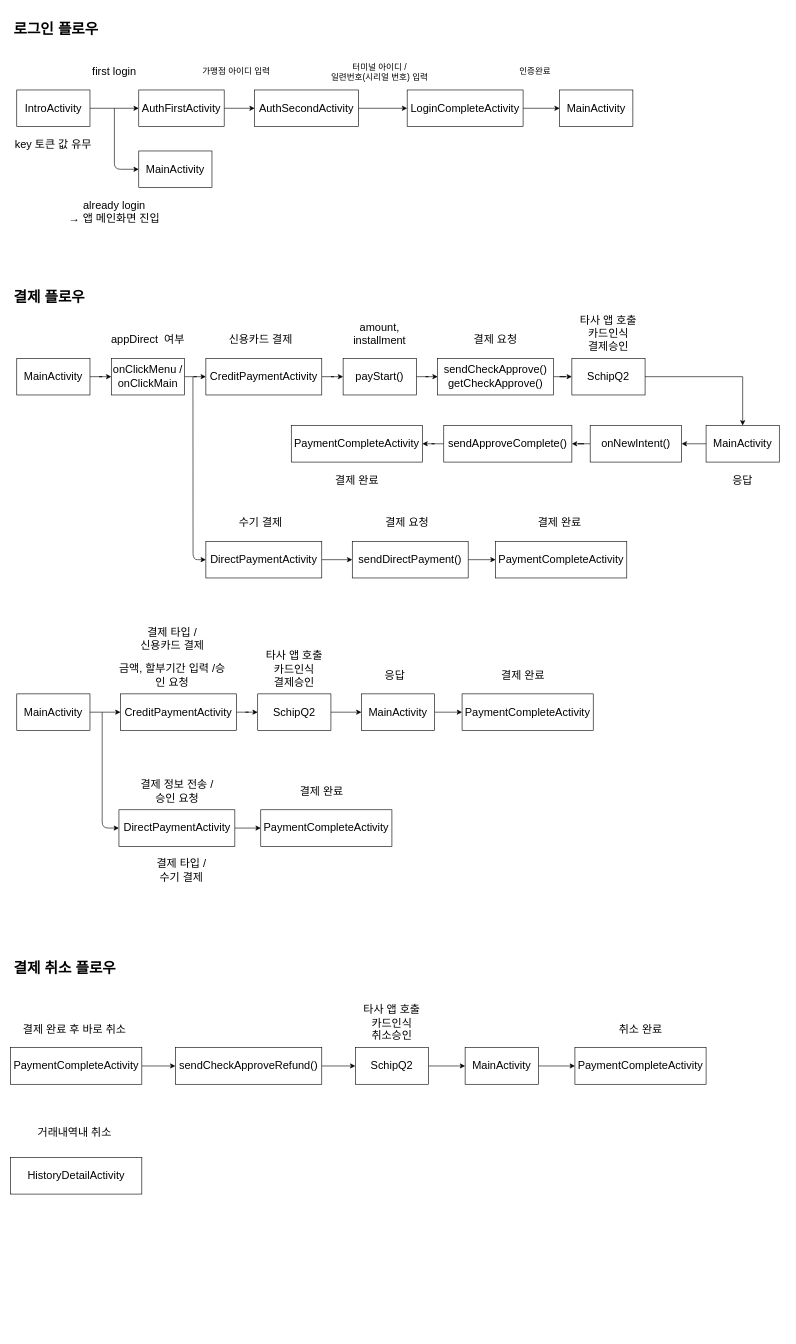
Earlier version of the draw.io diagram Draw/flow20201124.drawio (alsoscope/TIL). Source tidied: cells renumbered, new cells numbered last; positions are measured from the earlier drawing's top-left corner, leaving out a move shared by most shapes. Both pictures are drawn from the tidied source at 61%, with x=0, y=0 at pixel (10, 16).
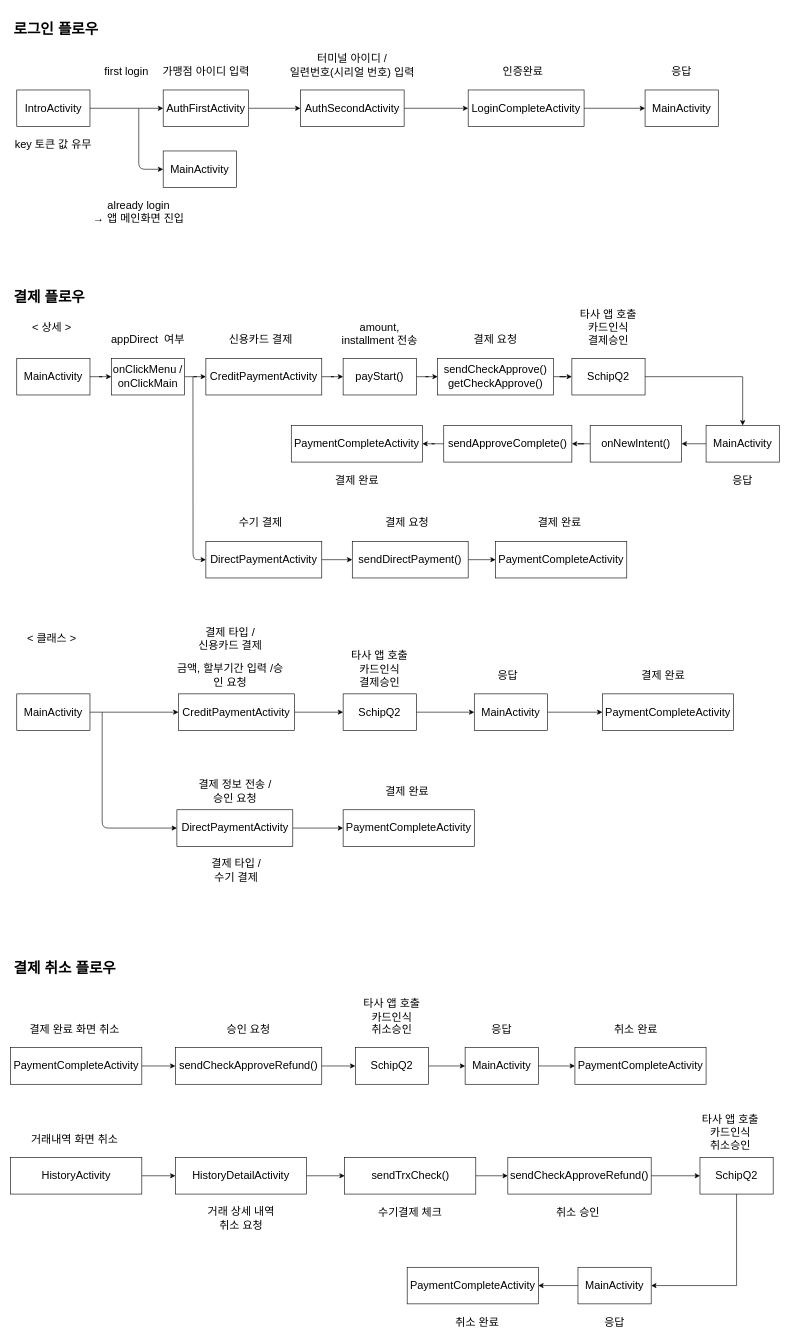
The same page after the edit.

What changed in the source:
```diff
@@
     <mxCell id="5" value="&lt;font style=&quot;font-size: 18px&quot;&gt;AuthFirstActivity&lt;/font&gt;" style="rounded=0;whiteSpace=wrap;html=1;" parent="1" vertex="1">
-      <mxGeometry x="210" y="120" width="140" height="60" as="geometry" />
+      <mxGeometry x="250" y="120" width="140" height="60" as="geometry" />
     </mxCell>
     <mxCell id="6" value="&lt;font style=&quot;font-size: 18px&quot;&gt;MainActivity&lt;/font&gt;" style="rounded=0;whiteSpace=wrap;html=1;" parent="1" vertex="1">
-      <mxGeometry x="210" y="220" width="120" height="60" as="geometry" />
+      <mxGeometry x="250" y="220" width="120" height="60" as="geometry" />
     </mxCell>
@@
     <mxCell id="9" value="&lt;span style=&quot;font-size: 18px&quot;&gt;first login&lt;/span&gt;" style="text;html=1;strokeColor=none;fillColor=none;align=center;verticalAlign=middle;whiteSpace=wrap;rounded=0;" parent="1" vertex="1">
-      <mxGeometry x="100" y="70" width="140" height="40" as="geometry" />
+      <mxGeometry x="120" y="70" width="140" height="40" as="geometry" />
     </mxCell>
     <mxCell id="10" style="endArrow=classic;html=1;entryX=0;entryY=0.5;entryDx=0;entryDy=0;" parent="1" edge="1" target="6">
       <mxGeometry relative="1" as="geometry">
-        <mxPoint x="170" y="150" as="sourcePoint" />
+        <mxPoint x="210" y="150" as="sourcePoint" />
         <Array as="points">
-          <mxPoint x="170" y="250" />
+          <mxPoint x="210" y="250" />
         </Array>
       </mxGeometry>
     </mxCell>
     <mxCell id="11" value="&lt;span style=&quot;font-size: 18px&quot;&gt;already login&lt;br&gt;→ 앱 메인화면 진입&lt;br&gt;&lt;/span&gt;" style="text;html=1;strokeColor=none;fillColor=none;align=center;verticalAlign=middle;whiteSpace=wrap;rounded=0;" parent="1" vertex="1">
-      <mxGeometry x="80" y="300" width="180" height="40" as="geometry" />
+      <mxGeometry x="120" y="300" width="180" height="40" as="geometry" />
     </mxCell>
@@
     <mxCell id="13" value="&lt;font style=&quot;font-size: 18px&quot;&gt;AuthSecondActivity&lt;/font&gt;" style="rounded=0;whiteSpace=wrap;html=1;" parent="1" vertex="1">
-      <mxGeometry x="400" y="120" width="170" height="60" as="geometry" />
+      <mxGeometry x="475" y="120" width="170" height="60" as="geometry" />
     </mxCell>
-    <mxCell id="14" value="&lt;font style=&quot;font-size: 14px&quot;&gt;가맹점 아이디 입력&lt;/font&gt;" style="text;html=1;strokeColor=none;fillColor=none;align=center;verticalAlign=middle;whiteSpace=wrap;rounded=0;" parent="1" vertex="1">
-      <mxGeometry x="300" y="70" width="140" height="40" as="geometry" />
+    <mxCell id="14" value="&lt;font style=&quot;font-size: 18px&quot;&gt;가맹점 아이디 입력&lt;/font&gt;" style="text;html=1;strokeColor=none;fillColor=none;align=center;verticalAlign=middle;whiteSpace=wrap;rounded=0;" parent="1" vertex="1">
+      <mxGeometry x="238.8" y="70" width="162.5" height="40" as="geometry" />
     </mxCell>
-    <mxCell id="15" value="&lt;font style=&quot;font-size: 14px&quot;&gt;터미널 아이디 / &lt;br&gt;일련번호(시리얼 번호) 입력&lt;/font&gt;" style="text;html=1;strokeColor=none;fillColor=none;align=center;verticalAlign=middle;whiteSpace=wrap;rounded=0;" parent="1" vertex="1">
-      <mxGeometry x="510" y="70" width="190" height="40" as="geometry" />
+    <mxCell id="15" value="&lt;font style=&quot;font-size: 18px&quot;&gt;터미널 아이디 / &lt;br&gt;일련번호(시리얼 번호) 입력&lt;/font&gt;" style="text;html=1;strokeColor=none;fillColor=none;align=center;verticalAlign=middle;whiteSpace=wrap;rounded=0;" parent="1" vertex="1">
+      <mxGeometry x="445" y="60" width="230" height="40" as="geometry" />
     </mxCell>
@@
     <mxCell id="17" value="&lt;font style=&quot;font-size: 18px&quot;&gt;LoginCompleteActivity&lt;/font&gt;" style="rounded=0;whiteSpace=wrap;html=1;" parent="1" vertex="1">
-      <mxGeometry x="650" y="120" width="190" height="60" as="geometry" />
+      <mxGeometry x="750" y="120" width="190" height="60" as="geometry" />
     </mxCell>
-    <mxCell id="18" value="&lt;font style=&quot;font-size: 14px&quot;&gt;인증완료&lt;/font&gt;" style="text;html=1;strokeColor=none;fillColor=none;align=center;verticalAlign=middle;whiteSpace=wrap;rounded=0;" parent="1" vertex="1">
-      <mxGeometry x="790" y="70" width="140" height="40" as="geometry" />
+    <mxCell id="18" value="&lt;font style=&quot;font-size: 18px&quot;&gt;인증완료&lt;/font&gt;" style="text;html=1;strokeColor=none;fillColor=none;align=center;verticalAlign=middle;whiteSpace=wrap;rounded=0;" parent="1" vertex="1">
+      <mxGeometry x="770" y="70" width="140" height="40" as="geometry" />
     </mxCell>
     <mxCell id="19" value="&lt;font style=&quot;font-size: 18px&quot;&gt;MainActivity&lt;/font&gt;" style="rounded=0;whiteSpace=wrap;html=1;" parent="1" vertex="1">
-      <mxGeometry x="900" y="120" width="120" height="60" as="geometry" />
+      <mxGeometry x="1040" y="120" width="120" height="60" as="geometry" />
     </mxCell>
@@
-    <mxCell id="34" value="&lt;span style=&quot;font-size: 18px&quot;&gt;amount, installment&lt;/span&gt;" style="text;html=1;strokeColor=none;fillColor=none;align=center;verticalAlign=middle;whiteSpace=wrap;rounded=0;" parent="1" vertex="1">
+    <mxCell id="34" value="&lt;span style=&quot;font-size: 18px&quot;&gt;amount, installment 전송&lt;/span&gt;" style="text;html=1;strokeColor=none;fillColor=none;align=center;verticalAlign=middle;whiteSpace=wrap;rounded=0;" parent="1" vertex="1">
       <mxGeometry x="535" y="500" width="140" height="40" as="geometry" />
     </mxCell>
@@
     <mxCell id="43" value="&lt;span style=&quot;font-size: 18px&quot;&gt;타사 앱 호출&lt;br&gt;&lt;/span&gt;&lt;span style=&quot;font-size: 18px&quot;&gt;카드인식&lt;/span&gt;&lt;span style=&quot;font-size: 18px&quot;&gt;&lt;br&gt;결제승인&lt;br&gt;&lt;/span&gt;" style="text;html=1;strokeColor=none;fillColor=none;align=center;verticalAlign=middle;whiteSpace=wrap;rounded=0;" parent="1" vertex="1">
-      <mxGeometry x="910" y="500" width="140" height="40" as="geometry" />
+      <mxGeometry x="910" y="490" width="140" height="40" as="geometry" />
     </mxCell>
@@
     <mxCell id="53" value="&lt;span style=&quot;font-size: 18px&quot;&gt;타사 앱 호출&lt;br&gt;카드인식&lt;br&gt;취소승인&lt;br&gt;&lt;/span&gt;" style="text;html=1;strokeColor=none;fillColor=none;align=center;verticalAlign=middle;whiteSpace=wrap;rounded=0;" parent="1" vertex="1">
-      <mxGeometry x="555" y="1630" width="140" height="40" as="geometry" />
+      <mxGeometry x="555" y="1620" width="140" height="40" as="geometry" />
     </mxCell>
@@
     <mxCell id="60" value="&lt;font style=&quot;font-size: 18px&quot;&gt;CreditPaymentActivity&lt;br&gt;&lt;/font&gt;" style="rounded=0;whiteSpace=wrap;html=1;" parent="1" vertex="1">
-      <mxGeometry x="180" y="1110" width="190" height="60" as="geometry" />
+      <mxGeometry x="275" y="1110" width="190" height="60" as="geometry" />
     </mxCell>
     <mxCell id="61" value="&lt;span style=&quot;font-size: 18px&quot;&gt;금액, 할부기간 입력 /승인 요청&lt;/span&gt;" style="text;html=1;strokeColor=none;fillColor=none;align=center;verticalAlign=middle;whiteSpace=wrap;rounded=0;" parent="1" vertex="1">
-      <mxGeometry x="175" y="1060" width="180" height="40" as="geometry" />
+      <mxGeometry x="270" y="1060" width="180" height="40" as="geometry" />
     </mxCell>
@@
     <mxCell id="63" value="&lt;font style=&quot;font-size: 18px&quot;&gt;SchipQ2&lt;/font&gt;" style="rounded=0;whiteSpace=wrap;html=1;" parent="1" vertex="1">
-      <mxGeometry x="405" y="1110" width="120" height="60" as="geometry" />
+      <mxGeometry x="545" y="1110" width="120" height="60" as="geometry" />
     </mxCell>
@@
     <mxCell id="65" value="&lt;font style=&quot;font-size: 18px&quot;&gt;MainActivity&lt;/font&gt;" style="rounded=0;whiteSpace=wrap;html=1;" parent="1" vertex="1">
-      <mxGeometry x="575" y="1110" width="120" height="60" as="geometry" />
+      <mxGeometry x="760" y="1110" width="120" height="60" as="geometry" />
     </mxCell>
     <mxCell id="66" value="&lt;span style=&quot;font-size: 18px&quot;&gt;응답&lt;/span&gt;" style="text;html=1;strokeColor=none;fillColor=none;align=center;verticalAlign=middle;whiteSpace=wrap;rounded=0;" parent="1" vertex="1">
-      <mxGeometry x="560" y="1060" width="140" height="40" as="geometry" />
+      <mxGeometry x="745" y="1060" width="140" height="40" as="geometry" />
     </mxCell>
     <mxCell id="67" value="&lt;font style=&quot;font-size: 18px&quot;&gt;PaymentCompleteActivity&lt;br&gt;&lt;/font&gt;" style="rounded=0;whiteSpace=wrap;html=1;" parent="1" vertex="1">
-      <mxGeometry x="740" y="1110" width="215" height="60" as="geometry" />
+      <mxGeometry x="970" y="1110" width="215" height="60" as="geometry" />
     </mxCell>
     <mxCell id="68" value="&lt;span style=&quot;font-size: 18px&quot;&gt;결제 완료&lt;/span&gt;" style="text;html=1;strokeColor=none;fillColor=none;align=center;verticalAlign=middle;whiteSpace=wrap;rounded=0;" parent="1" vertex="1">
-      <mxGeometry x="770" y="1060" width="140" height="40" as="geometry" />
+      <mxGeometry x="1000" y="1060" width="140" height="40" as="geometry" />
     </mxCell>
     <mxCell id="69" value="&lt;span style=&quot;font-size: 18px&quot;&gt;결제 타입 / &lt;br&gt;신용카드 결제&lt;/span&gt;" style="text;html=1;strokeColor=none;fillColor=none;align=center;verticalAlign=middle;whiteSpace=wrap;rounded=0;" parent="1" vertex="1">
-      <mxGeometry x="195" y="1000" width="140" height="40" as="geometry" />
+      <mxGeometry x="290" y="1000" width="140" height="40" as="geometry" />
     </mxCell>
@@
     <mxCell id="72" value="&lt;font style=&quot;font-size: 18px&quot;&gt;DirectPaymentActivity&lt;br&gt;&lt;/font&gt;" style="rounded=0;whiteSpace=wrap;html=1;" parent="1" vertex="1">
-      <mxGeometry x="177.5" y="1300" width="190" height="60" as="geometry" />
+      <mxGeometry x="272.5" y="1300" width="190" height="60" as="geometry" />
     </mxCell>
     <mxCell id="73" value="&lt;span style=&quot;font-size: 18px&quot;&gt;결제 타입 / &lt;br&gt;수기 결제&lt;/span&gt;" style="text;html=1;strokeColor=none;fillColor=none;align=center;verticalAlign=middle;whiteSpace=wrap;rounded=0;" parent="1" vertex="1">
-      <mxGeometry x="210" y="1380" width="140" height="40" as="geometry" />
+      <mxGeometry x="300" y="1380" width="140" height="40" as="geometry" />
     </mxCell>
     <mxCell id="74" value="&lt;span style=&quot;font-size: 18px&quot;&gt;결제 정보 전송 /&lt;br&gt;승인 요청&lt;br&gt;&lt;/span&gt;" style="text;html=1;strokeColor=none;fillColor=none;align=center;verticalAlign=middle;whiteSpace=wrap;rounded=0;" parent="1" vertex="1">
-      <mxGeometry x="182.5" y="1250" width="180" height="40" as="geometry" />
+      <mxGeometry x="277.5" y="1250" width="180" height="40" as="geometry" />
     </mxCell>
@@
     <mxCell id="77" value="&lt;font style=&quot;font-size: 18px&quot;&gt;PaymentCompleteActivity&lt;br&gt;&lt;/font&gt;" style="rounded=0;whiteSpace=wrap;html=1;" parent="1" vertex="1">
-      <mxGeometry x="410" y="1300" width="215" height="60" as="geometry" />
+      <mxGeometry x="545" y="1300" width="215" height="60" as="geometry" />
     </mxCell>
     <mxCell id="78" value="&lt;span style=&quot;font-size: 18px&quot;&gt;결제 완료&lt;/span&gt;" style="text;html=1;strokeColor=none;fillColor=none;align=center;verticalAlign=middle;whiteSpace=wrap;rounded=0;" parent="1" vertex="1">
-      <mxGeometry x="440" y="1250" width="140" height="40" as="geometry" />
+      <mxGeometry x="580" y="1250" width="140" height="40" as="geometry" />
     </mxCell>
@@
+    <mxCell id="93" style="edgeStyle=orthogonalEdgeStyle;rounded=0;jettySize=auto;html=1;" parent="1" edge="1" source="82" target="100">
+      <mxGeometry relative="1" as="geometry" />
+    </mxCell>
-    <mxCell id="82" value="&lt;font style=&quot;font-size: 18px&quot;&gt;HistoryDetailActivity&lt;br&gt;&lt;/font&gt;" style="rounded=0;whiteSpace=wrap;html=1;" parent="1" vertex="1">
+    <mxCell id="82" value="&lt;font style=&quot;font-size: 18px&quot;&gt;HistoryActivity&lt;br&gt;&lt;/font&gt;" style="rounded=0;whiteSpace=wrap;html=1;" parent="1" vertex="1">
       <mxGeometry y="1870" width="215" height="60" as="geometry" />
     </mxCell>
-    <mxCell id="83" value="&lt;span style=&quot;font-size: 18px&quot;&gt;결제 완료 후 바로 취소&lt;/span&gt;" style="text;html=1;strokeColor=none;fillColor=none;align=center;verticalAlign=middle;whiteSpace=wrap;rounded=0;" parent="1" vertex="1">
+    <mxCell id="83" value="&lt;span style=&quot;font-size: 18px&quot;&gt;결제 완료 화면 취소&lt;/span&gt;" style="text;html=1;strokeColor=none;fillColor=none;align=center;verticalAlign=middle;whiteSpace=wrap;rounded=0;" parent="1" vertex="1">
       <mxGeometry x="10" y="1640" width="190" height="40" as="geometry" />
     </mxCell>
-    <mxCell id="84" value="&lt;span style=&quot;font-size: 18px&quot;&gt;거래내역내 취소&lt;/span&gt;" style="text;html=1;strokeColor=none;fillColor=none;align=center;verticalAlign=middle;whiteSpace=wrap;rounded=0;" parent="1" vertex="1">
-      <mxGeometry x="10" y="1810" width="190" height="40" as="geometry" />
+    <mxCell id="84" value="&lt;span style=&quot;font-size: 18px&quot;&gt;거래내역 화면 취소&lt;/span&gt;" style="text;html=1;strokeColor=none;fillColor=none;align=center;verticalAlign=middle;whiteSpace=wrap;rounded=0;" parent="1" vertex="1">
+      <mxGeometry x="10" y="1820" width="190" height="40" as="geometry" />
     </mxCell>
@@
     <mxCell id="89" value="&lt;span style=&quot;font-size: 18px&quot;&gt;취소 완료&lt;/span&gt;" style="text;html=1;strokeColor=none;fillColor=none;align=center;verticalAlign=middle;whiteSpace=wrap;rounded=0;" parent="1" vertex="1">
-      <mxGeometry x="962.5" y="1640" width="140" height="40" as="geometry" />
+      <mxGeometry x="955" y="1640" width="140" height="40" as="geometry" />
     </mxCell>
@@
     <mxCell id="92" value="&lt;span style=&quot;font-size: 18px&quot;&gt;타사 앱 호출&lt;br&gt;&lt;/span&gt;&lt;span style=&quot;font-size: 18px&quot;&gt;카드인식&lt;/span&gt;&lt;span style=&quot;font-size: 18px&quot;&gt;&lt;br&gt;결제승인&lt;br&gt;&lt;/span&gt;" style="text;html=1;strokeColor=none;fillColor=none;align=center;verticalAlign=middle;whiteSpace=wrap;rounded=0;" parent="1" vertex="1">
-      <mxGeometry x="395" y="1050" width="140" height="40" as="geometry" />
+      <mxGeometry x="535" y="1050" width="140" height="40" as="geometry" />
     </mxCell>
+    <mxCell id="94" value="&lt;span style=&quot;font-size: 18px&quot;&gt;&amp;lt; 상세 &amp;gt;&amp;nbsp;&lt;/span&gt;" style="text;html=1;strokeColor=none;fillColor=none;align=center;verticalAlign=middle;whiteSpace=wrap;rounded=0;" parent="1" vertex="1">
+      <mxGeometry y="490" width="140" height="40" as="geometry" />
+    </mxCell>
+    <mxCell id="95" value="&lt;span style=&quot;font-size: 18px&quot;&gt;&amp;lt; 클래스 &amp;gt;&amp;nbsp;&lt;/span&gt;" style="text;html=1;strokeColor=none;fillColor=none;align=center;verticalAlign=middle;whiteSpace=wrap;rounded=0;" parent="1" vertex="1">
+      <mxGeometry y="1000" width="140" height="40" as="geometry" />
+    </mxCell>
+    <mxCell id="96" value="&lt;span style=&quot;font-size: 18px&quot;&gt;승인 요청&lt;/span&gt;" style="text;html=1;strokeColor=none;fillColor=none;align=center;verticalAlign=middle;whiteSpace=wrap;rounded=0;" parent="1" vertex="1">
+      <mxGeometry x="320" y="1640" width="140" height="40" as="geometry" />
+    </mxCell>
+    <mxCell id="97" value="&lt;span style=&quot;font-size: 18px&quot;&gt;응답&lt;/span&gt;" style="text;html=1;strokeColor=none;fillColor=none;align=center;verticalAlign=middle;whiteSpace=wrap;rounded=0;" parent="1" vertex="1">
+      <mxGeometry x="735" y="1640" width="140" height="40" as="geometry" />
+    </mxCell>
+    <mxCell id="98" value="&lt;span style=&quot;font-size: 18px&quot;&gt;응답&lt;/span&gt;" style="text;html=1;strokeColor=none;fillColor=none;align=center;verticalAlign=middle;whiteSpace=wrap;rounded=0;" parent="1" vertex="1">
+      <mxGeometry x="1030" y="70" width="140" height="40" as="geometry" />
+    </mxCell>
+    <mxCell id="99" style="edgeStyle=orthogonalEdgeStyle;rounded=0;jettySize=auto;html=1;" parent="1" edge="1" source="100" target="102">
+      <mxGeometry relative="1" as="geometry" />
+    </mxCell>
+    <mxCell id="100" value="&lt;font style=&quot;font-size: 18px&quot;&gt;HistoryDetailActivity&lt;br&gt;&lt;/font&gt;" style="rounded=0;whiteSpace=wrap;html=1;" parent="1" vertex="1">
+      <mxGeometry x="270" y="1870" width="215" height="60" as="geometry" />
+    </mxCell>
+    <mxCell id="101" style="edgeStyle=orthogonalEdgeStyle;rounded=0;jettySize=auto;html=1;" parent="1" edge="1" source="102" target="106">
+      <mxGeometry relative="1" as="geometry" />
+    </mxCell>
+    <mxCell id="102" value="&lt;font style=&quot;font-size: 18px&quot;&gt;sendTrxCheck()&lt;br&gt;&lt;/font&gt;" style="rounded=0;whiteSpace=wrap;html=1;" parent="1" vertex="1">
+      <mxGeometry x="547.5" y="1870" width="215" height="60" as="geometry" />
+    </mxCell>
+    <mxCell id="103" value="&lt;span style=&quot;font-size: 18px&quot;&gt;수기결제 체크&lt;/span&gt;" style="text;html=1;strokeColor=none;fillColor=none;align=center;verticalAlign=middle;whiteSpace=wrap;rounded=0;" parent="1" vertex="1">
+      <mxGeometry x="585" y="1940" width="140" height="40" as="geometry" />
+    </mxCell>
+    <mxCell id="104" value="&lt;span style=&quot;font-size: 18px&quot;&gt;거래 상세 내역&lt;br&gt;취소 요청&lt;br&gt;&lt;/span&gt;" style="text;html=1;strokeColor=none;fillColor=none;align=center;verticalAlign=middle;whiteSpace=wrap;rounded=0;" parent="1" vertex="1">
+      <mxGeometry x="282.5" y="1950" width="190" height="40" as="geometry" />
+    </mxCell>
+    <mxCell id="105" style="edgeStyle=orthogonalEdgeStyle;rounded=0;jettySize=auto;html=1;" parent="1" edge="1" source="106" target="109">
+      <mxGeometry relative="1" as="geometry" />
+    </mxCell>
+    <mxCell id="106" value="&lt;font style=&quot;font-size: 18px&quot;&gt;sendCheckApproveRefund()&lt;br&gt;&lt;/font&gt;" style="rounded=0;whiteSpace=wrap;html=1;" parent="1" vertex="1">
+      <mxGeometry x="815" y="1870" width="235" height="60" as="geometry" />
+    </mxCell>
+    <mxCell id="107" value="&lt;span style=&quot;font-size: 18px&quot;&gt;취소 승인&lt;/span&gt;" style="text;html=1;strokeColor=none;fillColor=none;align=center;verticalAlign=middle;whiteSpace=wrap;rounded=0;" parent="1" vertex="1">
+      <mxGeometry x="860" y="1940" width="140" height="40" as="geometry" />
+    </mxCell>
+    <mxCell id="108" style="edgeStyle=orthogonalEdgeStyle;rounded=0;jettySize=auto;html=1;entryX=1;entryY=0.5;entryDx=0;entryDy=0;" parent="1" edge="1" source="109" target="112">
+      <mxGeometry relative="1" as="geometry">
+        <Array as="points">
+          <mxPoint x="1190" y="2080" />
+        </Array>
+      </mxGeometry>
+    </mxCell>
+    <mxCell id="109" value="&lt;font style=&quot;font-size: 18px&quot;&gt;SchipQ2&lt;/font&gt;" style="rounded=0;whiteSpace=wrap;html=1;" parent="1" vertex="1">
+      <mxGeometry x="1130" y="1870" width="120" height="60" as="geometry" />
+    </mxCell>
+    <mxCell id="110" value="&lt;span style=&quot;font-size: 18px&quot;&gt;타사 앱 호출&lt;br&gt;카드인식&lt;br&gt;취소승인&lt;br&gt;&lt;/span&gt;" style="text;html=1;strokeColor=none;fillColor=none;align=center;verticalAlign=middle;whiteSpace=wrap;rounded=0;" parent="1" vertex="1">
+      <mxGeometry x="1110" y="1810" width="140" height="40" as="geometry" />
+    </mxCell>
+    <mxCell id="111" style="edgeStyle=orthogonalEdgeStyle;rounded=0;jettySize=auto;html=1;" parent="1" edge="1" source="112" target="113">
+      <mxGeometry relative="1" as="geometry" />
+    </mxCell>
+    <mxCell id="112" value="&lt;font style=&quot;font-size: 18px&quot;&gt;MainActivity&lt;/font&gt;" style="rounded=0;whiteSpace=wrap;html=1;" parent="1" vertex="1">
+      <mxGeometry x="930" y="2050" width="120" height="60" as="geometry" />
+    </mxCell>
+    <mxCell id="113" value="&lt;font style=&quot;font-size: 18px&quot;&gt;PaymentCompleteActivity&lt;br&gt;&lt;/font&gt;" style="rounded=0;whiteSpace=wrap;html=1;" parent="1" vertex="1">
+      <mxGeometry x="650" y="2050" width="215" height="60" as="geometry" />
+    </mxCell>
+    <mxCell id="114" value="&lt;span style=&quot;font-size: 18px&quot;&gt;취소 완료&lt;/span&gt;" style="text;html=1;strokeColor=none;fillColor=none;align=center;verticalAlign=middle;whiteSpace=wrap;rounded=0;" parent="1" vertex="1">
+      <mxGeometry x="695" y="2120" width="140" height="40" as="geometry" />
+    </mxCell>
+    <mxCell id="115" value="&lt;span style=&quot;font-size: 18px&quot;&gt;응답&lt;/span&gt;" style="text;html=1;strokeColor=none;fillColor=none;align=center;verticalAlign=middle;whiteSpace=wrap;rounded=0;" parent="1" vertex="1">
+      <mxGeometry x="920" y="2120" width="140" height="40" as="geometry" />
+    </mxCell>
```
